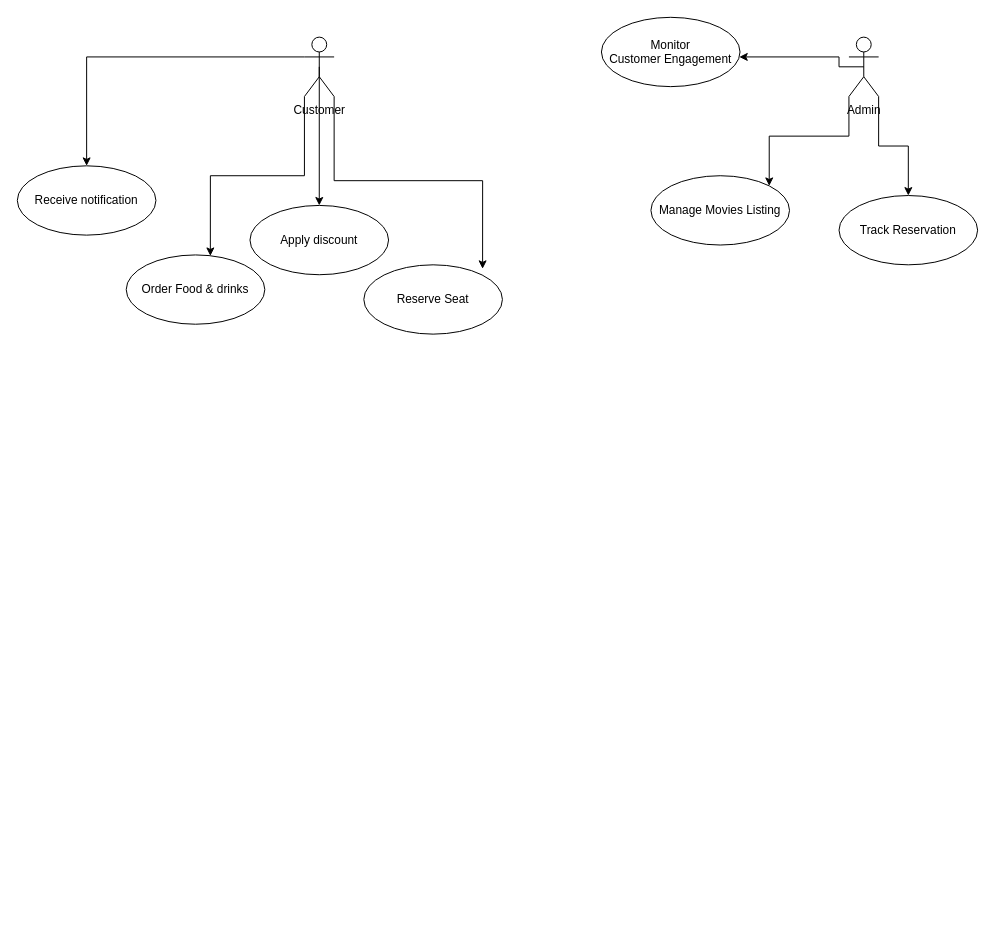
The draw.io diagram page "Use case Diagram" (2 of 2) of Untitled Diagram.drawio in bigdawgninja/Cinema, before the edit. Source tidied: cells renumbered, new cells numbered last; positions are measured from the earlier drawing's top-left corner, leaving out a move shared by most shapes. Both pictures are drawn from the tidied source at 99%, with x=0, y=0 at pixel (17, 17).
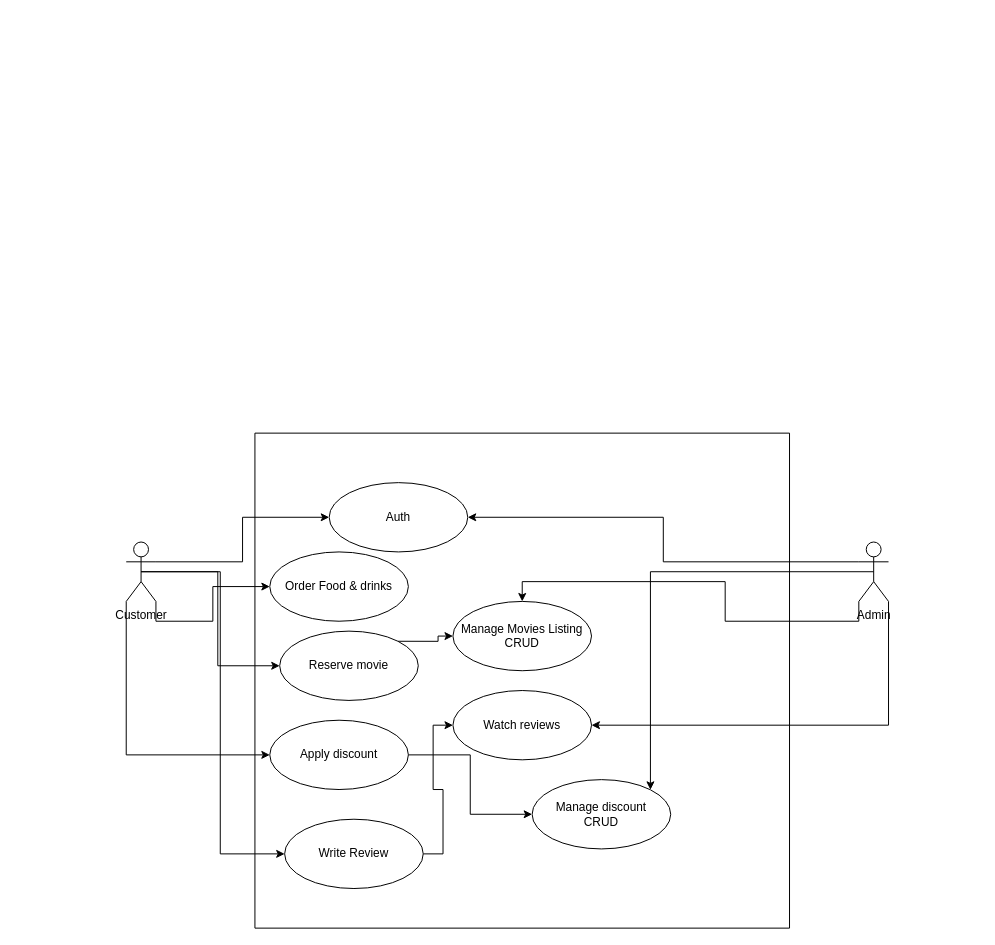
The same page after the edit.

What changed in the source:
```diff
@@
+    <mxCell id="18" style="edgeStyle=orthogonalEdgeStyle;rounded=0;jettySize=auto;html=1;exitX=0;exitY=0.3333333333333333;exitDx=0;exitDy=0;exitPerimeter=0;" parent="1" edge="1" source="5" target="23">
+      <mxGeometry relative="1" as="geometry" />
+    </mxCell>
-    <mxCell id="2" style="edgeStyle=orthogonalEdgeStyle;rounded=0;jettySize=auto;html=1;exitX=0;exitY=1;exitDx=0;exitDy=0;exitPerimeter=0;entryX=1;entryY=0;entryDx=0;entryDy=0;" parent="1" edge="1" source="5" target="6">
+    <mxCell id="2" style="edgeStyle=orthogonalEdgeStyle;rounded=0;jettySize=auto;html=1;exitX=0;exitY=1;exitDx=0;exitDy=0;exitPerimeter=0;entryX=0.5;entryY=0;entryDx=0;entryDy=0;" parent="1" edge="1" source="5" target="6">
       <mxGeometry relative="1" as="geometry" />
     </mxCell>
-    <mxCell id="3" style="edgeStyle=orthogonalEdgeStyle;rounded=0;jettySize=auto;html=1;exitX=1;exitY=1;exitDx=0;exitDy=0;exitPerimeter=0;" parent="1" edge="1" source="5" target="7">
-      <mxGeometry relative="1" as="geometry" />
-    </mxCell>
-    <mxCell id="4" style="edgeStyle=orthogonalEdgeStyle;rounded=0;jettySize=auto;html=1;exitX=0.5;exitY=0.5;exitDx=0;exitDy=0;exitPerimeter=0;" parent="1" edge="1" source="5" target="17">
-      <mxGeometry relative="1" as="geometry">
-        <Array as="points">
-          <mxPoint x="830" y="50" />
-          <mxPoint x="830" y="40" />
-        </Array>
-      </mxGeometry>
+    <mxCell id="4" style="edgeStyle=orthogonalEdgeStyle;rounded=0;jettySize=auto;html=1;exitX=1;exitY=1;exitDx=0;exitDy=0;exitPerimeter=0;entryX=1;entryY=0.5;entryDx=0;entryDy=0;" parent="1" edge="1" source="5" target="17">
+      <mxGeometry relative="1" as="geometry" />
     </mxCell>
+    <mxCell id="19" style="edgeStyle=orthogonalEdgeStyle;rounded=0;jettySize=auto;html=1;exitX=0.5;exitY=0.5;exitDx=0;exitDy=0;exitPerimeter=0;entryX=1;entryY=0;entryDx=0;entryDy=0;" parent="1" edge="1" source="5" target="28">
+      <mxGeometry relative="1" as="geometry" />
+    </mxCell>
     <mxCell id="5" value="Admin" style="shape=umlActor;verticalLabelPosition=bottom;verticalAlign=top;html=1;" parent="1" vertex="1">
-      <mxGeometry x="840" y="20" width="30" height="60" as="geometry" />
+      <mxGeometry x="850" y="530" width="30" height="60" as="geometry" />
     </mxCell>
+    <mxCell id="20" style="edgeStyle=orthogonalEdgeStyle;rounded=0;jettySize=auto;html=1;exitX=1;exitY=0.3333333333333333;exitDx=0;exitDy=0;exitPerimeter=0;" parent="1" edge="1" source="10" target="23">
+      <mxGeometry relative="1" as="geometry" />
+    </mxCell>
+    <mxCell id="16" style="edgeStyle=orthogonalEdgeStyle;rounded=0;jettySize=auto;html=1;exitX=1;exitY=1;exitDx=0;exitDy=0;exitPerimeter=0;" parent="1" edge="1" source="10" target="13">
+      <mxGeometry relative="1" as="geometry" />
+    </mxCell>
+    <mxCell id="15" style="edgeStyle=orthogonalEdgeStyle;rounded=0;jettySize=auto;html=1;exitX=0.5;exitY=0.5;exitDx=0;exitDy=0;exitPerimeter=0;entryX=0;entryY=0.5;entryDx=0;entryDy=0;" parent="1" edge="1" source="10" target="11">
+      <mxGeometry relative="1" as="geometry" />
+    </mxCell>
+    <mxCell id="8" style="edgeStyle=orthogonalEdgeStyle;rounded=0;jettySize=auto;html=1;exitX=0;exitY=1;exitDx=0;exitDy=0;exitPerimeter=0;entryX=0;entryY=0.5;entryDx=0;entryDy=0;" parent="1" edge="1" source="10" target="12">
+      <mxGeometry relative="1" as="geometry" />
+    </mxCell>
+    <mxCell id="21" style="edgeStyle=orthogonalEdgeStyle;rounded=0;jettySize=auto;html=1;exitX=0.5;exitY=0.5;exitDx=0;exitDy=0;exitPerimeter=0;entryX=0;entryY=0.5;entryDx=0;entryDy=0;" parent="1" edge="1" source="10" target="27">
+      <mxGeometry relative="1" as="geometry" />
+    </mxCell>
+    <mxCell id="10" value="Customer" style="shape=umlActor;verticalLabelPosition=bottom;verticalAlign=top;html=1;" parent="1" vertex="1">
+      <mxGeometry x="110" y="530" width="30" height="60" as="geometry" />
+    </mxCell>
+    <mxCell id="22" style="swimlane;startSize=0;" parent="1" vertex="1">
+      <mxGeometry x="240" y="420" width="540" height="500" as="geometry" />
+    </mxCell>
+    <mxCell id="23" value="Auth" style="ellipse;whiteSpace=wrap;html=1;" parent="22" vertex="1">
+      <mxGeometry x="75" y="50" width="140" height="70" as="geometry" />
+    </mxCell>
+    <mxCell id="13" value="Order Food &amp;amp; drinks" style="ellipse;whiteSpace=wrap;html=1;" parent="22" vertex="1">
+      <mxGeometry x="15" y="120" width="140" height="70" as="geometry" />
+    </mxCell>
+    <mxCell id="24" style="edgeStyle=orthogonalEdgeStyle;rounded=0;jettySize=auto;html=1;exitX=1;exitY=0;exitDx=0;exitDy=0;" parent="22" edge="1" source="11" target="6">
+      <mxGeometry relative="1" as="geometry" />
+    </mxCell>
+    <mxCell id="11" value="Reserve movie" style="ellipse;whiteSpace=wrap;html=1;" parent="22" vertex="1">
+      <mxGeometry x="25" y="200" width="140" height="70" as="geometry" />
+    </mxCell>
+    <mxCell id="25" style="edgeStyle=orthogonalEdgeStyle;rounded=0;jettySize=auto;html=1;exitX=1;exitY=0.5;exitDx=0;exitDy=0;" parent="22" edge="1" source="12" target="28">
+      <mxGeometry relative="1" as="geometry" />
+    </mxCell>
+    <mxCell id="12" value="Apply discount" style="ellipse;whiteSpace=wrap;html=1;" parent="22" vertex="1">
+      <mxGeometry x="15" y="290" width="140" height="70" as="geometry" />
+    </mxCell>
-    <mxCell id="6" value="Manage Movies Listing" style="ellipse;whiteSpace=wrap;html=1;" parent="1" vertex="1">
-      <mxGeometry x="640" y="160" width="140" height="70" as="geometry" />
+    <mxCell id="6" value="Manage Movies Listing&lt;br&gt;CRUD" style="ellipse;whiteSpace=wrap;html=1;" parent="22" vertex="1">
+      <mxGeometry x="200" y="170" width="140" height="70" as="geometry" />
     </mxCell>
-    <mxCell id="7" value="Track Reservation" style="ellipse;whiteSpace=wrap;html=1;" parent="1" vertex="1">
-      <mxGeometry x="830" y="180" width="140" height="70" as="geometry" />
-    </mxCell>
-    <mxCell id="8" style="edgeStyle=orthogonalEdgeStyle;rounded=0;jettySize=auto;html=1;exitX=0.5;exitY=0.5;exitDx=0;exitDy=0;exitPerimeter=0;" parent="1" edge="1" source="10" target="12">
-      <mxGeometry relative="1" as="geometry" />
-    </mxCell>
-    <mxCell id="9" style="edgeStyle=orthogonalEdgeStyle;rounded=0;jettySize=auto;html=1;exitX=0;exitY=0.3333333333333333;exitDx=0;exitDy=0;exitPerimeter=0;" parent="1" edge="1" source="10" target="14">
-      <mxGeometry relative="1" as="geometry" />
-    </mxCell>
-    <mxCell id="10" value="Customer" style="shape=umlActor;verticalLabelPosition=bottom;verticalAlign=top;html=1;" parent="1" vertex="1">
-      <mxGeometry x="290" y="20" width="30" height="60" as="geometry" />
-    </mxCell>
-    <mxCell id="11" value="Reserve Seat" style="ellipse;whiteSpace=wrap;html=1;" parent="1" vertex="1">
-      <mxGeometry x="350" y="250" width="140" height="70" as="geometry" />
-    </mxCell>
-    <mxCell id="12" value="Apply discount" style="ellipse;whiteSpace=wrap;html=1;" parent="1" vertex="1">
-      <mxGeometry x="235" y="190" width="140" height="70" as="geometry" />
-    </mxCell>
-    <mxCell id="13" value="Order Food &amp;amp; drinks" style="ellipse;whiteSpace=wrap;html=1;" parent="1" vertex="1">
-      <mxGeometry x="110" y="240" width="140" height="70" as="geometry" />
-    </mxCell>
-    <mxCell id="14" value="Receive notification" style="ellipse;whiteSpace=wrap;html=1;" parent="1" vertex="1">
-      <mxGeometry y="150" width="140" height="70" as="geometry" />
-    </mxCell>
-    <mxCell id="15" style="edgeStyle=orthogonalEdgeStyle;rounded=0;jettySize=auto;html=1;exitX=1;exitY=1;exitDx=0;exitDy=0;exitPerimeter=0;entryX=0.857;entryY=0.057;entryDx=0;entryDy=0;entryPerimeter=0;" parent="1" edge="1" source="10" target="11">
-      <mxGeometry relative="1" as="geometry" />
-    </mxCell>
-    <mxCell id="16" style="edgeStyle=orthogonalEdgeStyle;rounded=0;jettySize=auto;html=1;exitX=0;exitY=1;exitDx=0;exitDy=0;exitPerimeter=0;entryX=0.607;entryY=0.014;entryDx=0;entryDy=0;entryPerimeter=0;" parent="1" edge="1" source="10" target="13">
-      <mxGeometry relative="1" as="geometry" />
-    </mxCell>
-    <mxCell id="17" value="Monitor Customer&amp;nbsp;Engagement" style="ellipse;whiteSpace=wrap;html=1;" parent="1" vertex="1">
-      <mxGeometry x="590" width="140" height="70" as="geometry" />
+    <mxCell id="17" value="Watch reviews" style="ellipse;whiteSpace=wrap;html=1;" parent="22" vertex="1">
+      <mxGeometry x="200" y="260" width="140" height="70" as="geometry" />
     </mxCell>
+    <mxCell id="26" style="edgeStyle=orthogonalEdgeStyle;rounded=0;jettySize=auto;html=1;exitX=1;exitY=0.5;exitDx=0;exitDy=0;entryX=0;entryY=0.5;entryDx=0;entryDy=0;" parent="22" edge="1" source="27" target="17">
+      <mxGeometry relative="1" as="geometry" />
+    </mxCell>
+    <mxCell id="27" value="Write Review" style="ellipse;whiteSpace=wrap;html=1;" parent="22" vertex="1">
+      <mxGeometry x="30" y="390" width="140" height="70" as="geometry" />
+    </mxCell>
+    <mxCell id="28" value="Manage discount&lt;br&gt;CRUD" style="ellipse;whiteSpace=wrap;html=1;" parent="22" vertex="1">
+      <mxGeometry x="280" y="350" width="140" height="70" as="geometry" />
+    </mxCell>
```
